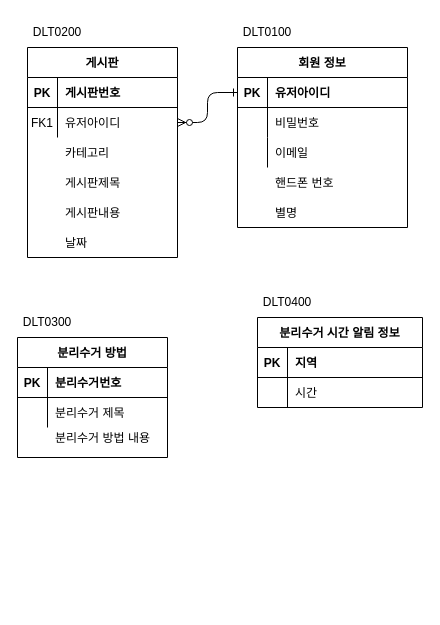
The draw.io diagram page "kor" (2 of 2) of recycleDB.drawio in jgy2808/TERM_Project, before the edit. Source tidied: cells renumbered, new cells numbered last; positions are measured from the earlier drawing's top-left corner, leaving out a move shared by most shapes. Both pictures are drawn from the tidied source at 100%, with x=0, y=0 at pixel (17, 17).
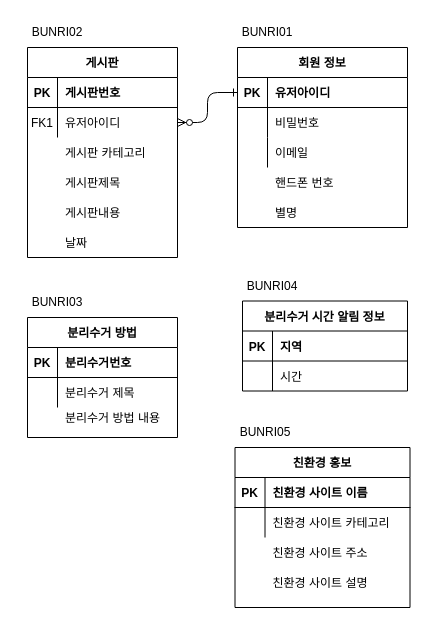
After the change.

Diff of the diagram source:
```diff
@@
     <mxCell id="13" value="분리수거 방법" style="shape=table;startSize=30;childLayout=tableLayout;rowLines=0;fontStyle=1;align=center;" parent="1" vertex="1">
-      <mxGeometry y="320" width="150" height="120" as="geometry" />
+      <mxGeometry x="10" y="300" width="150" height="120" as="geometry" />
     </mxCell>
@@
     <mxCell id="31" value="분리수거 방법 내용" style="shape=partialRectangle;overflow=hidden;fillColor=none;top=0;left=0;bottom=0;right=0;align=left;spacingLeft=6;" parent="1" vertex="1">
-      <mxGeometry x="30" y="410" width="250" height="20" as="geometry" />
+      <mxGeometry x="40" y="390" width="120" height="20" as="geometry" />
     </mxCell>
@@
     <mxCell id="33" value="분리수거 시간 알림 정보" style="shape=table;startSize=30;childLayout=tableLayout;rowLines=0;fontStyle=1;align=center;" parent="1" vertex="1">
-      <mxGeometry x="240" y="300" width="165" height="90" as="geometry" />
+      <mxGeometry x="225" y="283.5" width="165" height="90" as="geometry" />
     </mxCell>
@@
-    <mxCell id="40" value="카테고리" style="shape=partialRectangle;overflow=hidden;fillColor=none;top=0;left=0;bottom=0;right=0;align=left;spacingLeft=6;" parent="1" vertex="1">
+    <mxCell id="40" value="게시판 카테고리" style="shape=partialRectangle;overflow=hidden;fillColor=none;top=0;left=0;bottom=0;right=0;align=left;spacingLeft=6;" parent="1" vertex="1">
       <mxGeometry x="40" y="120" width="130" height="30" as="geometry" />
     </mxCell>
-    <mxCell id="41" value="DLT0200" style="text;html=1;strokeColor=none;fillColor=none;align=center;verticalAlign=middle;whiteSpace=wrap;rounded=0;" parent="1" vertex="1">
+    <mxCell id="41" value="BUNRI02" style="text;html=1;strokeColor=none;fillColor=none;align=center;verticalAlign=middle;whiteSpace=wrap;rounded=0;" parent="1" vertex="1">
       <mxGeometry x="10" width="60" height="30" as="geometry" />
     </mxCell>
-    <mxCell id="42" value="DLT0400" style="text;html=1;strokeColor=none;fillColor=none;align=center;verticalAlign=middle;whiteSpace=wrap;rounded=0;" parent="1" vertex="1">
-      <mxGeometry x="240" y="270" width="60" height="30" as="geometry" />
+    <mxCell id="42" value="BUNRI04" style="text;html=1;strokeColor=none;fillColor=none;align=center;verticalAlign=middle;whiteSpace=wrap;rounded=0;" parent="1" vertex="1">
+      <mxGeometry x="225" y="253.5" width="60" height="30" as="geometry" />
     </mxCell>
-    <mxCell id="43" value="DLT0300" style="text;html=1;strokeColor=none;fillColor=none;align=center;verticalAlign=middle;whiteSpace=wrap;rounded=0;" parent="1" vertex="1">
-      <mxGeometry y="290" width="60" height="30" as="geometry" />
+    <mxCell id="43" value="BUNRI03" style="text;html=1;strokeColor=none;fillColor=none;align=center;verticalAlign=middle;whiteSpace=wrap;rounded=0;" parent="1" vertex="1">
+      <mxGeometry x="10" y="270" width="60" height="30" as="geometry" />
     </mxCell>
-    <mxCell id="44" value="DLT0100" style="text;html=1;strokeColor=none;fillColor=none;align=center;verticalAlign=middle;whiteSpace=wrap;rounded=0;" parent="1" vertex="1">
+    <mxCell id="44" value="BUNRI01" style="text;html=1;strokeColor=none;fillColor=none;align=center;verticalAlign=middle;whiteSpace=wrap;rounded=0;" parent="1" vertex="1">
       <mxGeometry x="220" width="60" height="30" as="geometry" />
     </mxCell>
+    <mxCell id="45" value="친환경 홍보" style="shape=table;startSize=30;childLayout=tableLayout;rowLines=0;fontStyle=1;align=center;" parent="1" vertex="1">
+      <mxGeometry x="217.5" y="430" width="175" height="160" as="geometry" />
+    </mxCell>
+    <mxCell id="46" style="shape=partialRectangle;fillColor=none;top=0;left=0;right=0;bottom=1;" parent="45" vertex="1">
+      <mxGeometry y="30" width="175" height="30" as="geometry" />
+    </mxCell>
+    <mxCell id="47" value="PK" style="shape=partialRectangle;overflow=hidden;fillColor=none;top=0;left=0;bottom=0;right=0;fontStyle=1;" parent="46" vertex="1">
+      <mxGeometry width="30" height="30" as="geometry" />
+    </mxCell>
+    <mxCell id="48" value="친환경 사이트 이름" style="shape=partialRectangle;overflow=hidden;fillColor=none;top=0;left=0;bottom=0;right=0;align=left;spacingLeft=6;fontStyle=1;" parent="46" vertex="1">
+      <mxGeometry x="30" width="145" height="30" as="geometry" />
+    </mxCell>
+    <mxCell id="49" style="shape=partialRectangle;fillColor=none;top=0;left=0;right=0;bottom=0;" parent="45" vertex="1">
+      <mxGeometry y="60" width="175" height="30" as="geometry" />
+    </mxCell>
+    <mxCell id="50" style="shape=partialRectangle;overflow=hidden;fillColor=none;top=0;left=0;bottom=0;right=0;" parent="49" vertex="1">
+      <mxGeometry width="30" height="30" as="geometry" />
+    </mxCell>
+    <mxCell id="51" value="친환경 사이트 카테고리" style="shape=partialRectangle;overflow=hidden;fillColor=none;top=0;left=0;bottom=0;right=0;align=left;spacingLeft=6;" parent="49" vertex="1">
+      <mxGeometry x="30" width="145" height="30" as="geometry" />
+    </mxCell>
+    <mxCell id="52" value="BUNRI05" style="text;html=1;strokeColor=none;fillColor=none;align=center;verticalAlign=middle;whiteSpace=wrap;rounded=0;" parent="1" vertex="1">
+      <mxGeometry x="217.5" y="400" width="60" height="30" as="geometry" />
+    </mxCell>
+    <mxCell id="53" value="친환경 사이트 주소" style="shape=partialRectangle;overflow=hidden;fillColor=none;top=0;left=0;bottom=0;right=0;align=left;spacingLeft=6;" parent="1" vertex="1">
+      <mxGeometry x="247.5" y="520" width="120" height="30" as="geometry" />
+    </mxCell>
+    <mxCell id="54" value="친환경 사이트 설명" style="shape=partialRectangle;overflow=hidden;fillColor=none;top=0;left=0;bottom=0;right=0;align=left;spacingLeft=6;" parent="1" vertex="1">
+      <mxGeometry x="247.5" y="550" width="120" height="30" as="geometry" />
+    </mxCell>
```
